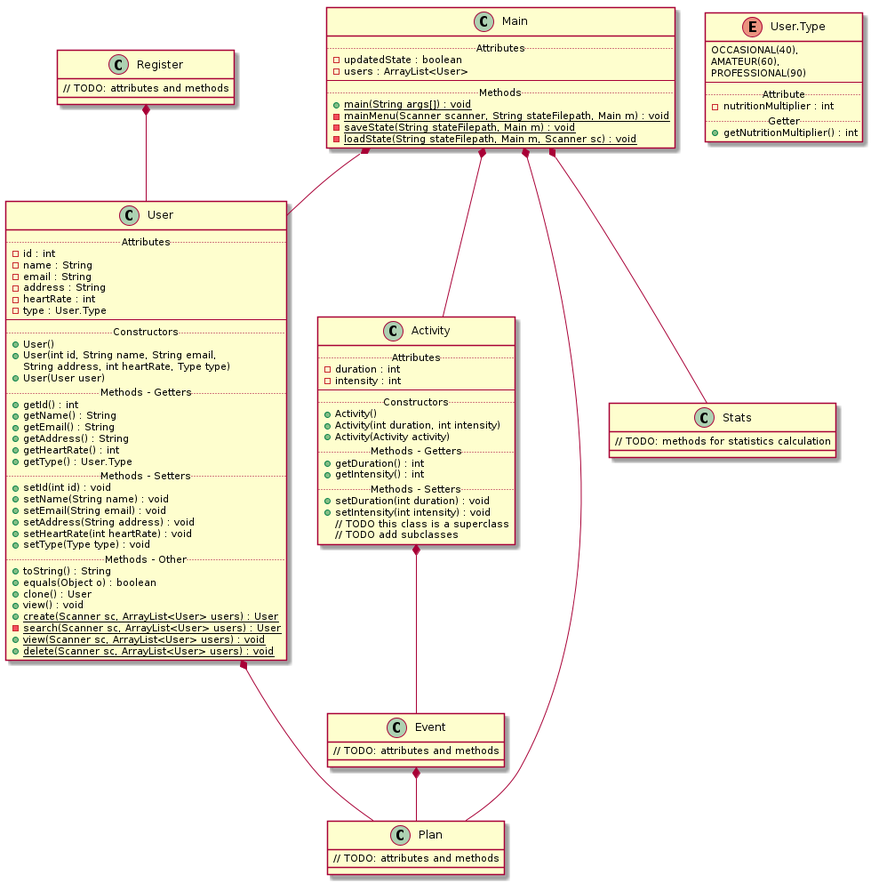
flaviaraujo/project-OOP keeps this PlantUML diagram as diagram/diagram.png. Above is the earlier version. Its source is kept beside it as diagram/diagram.puml.
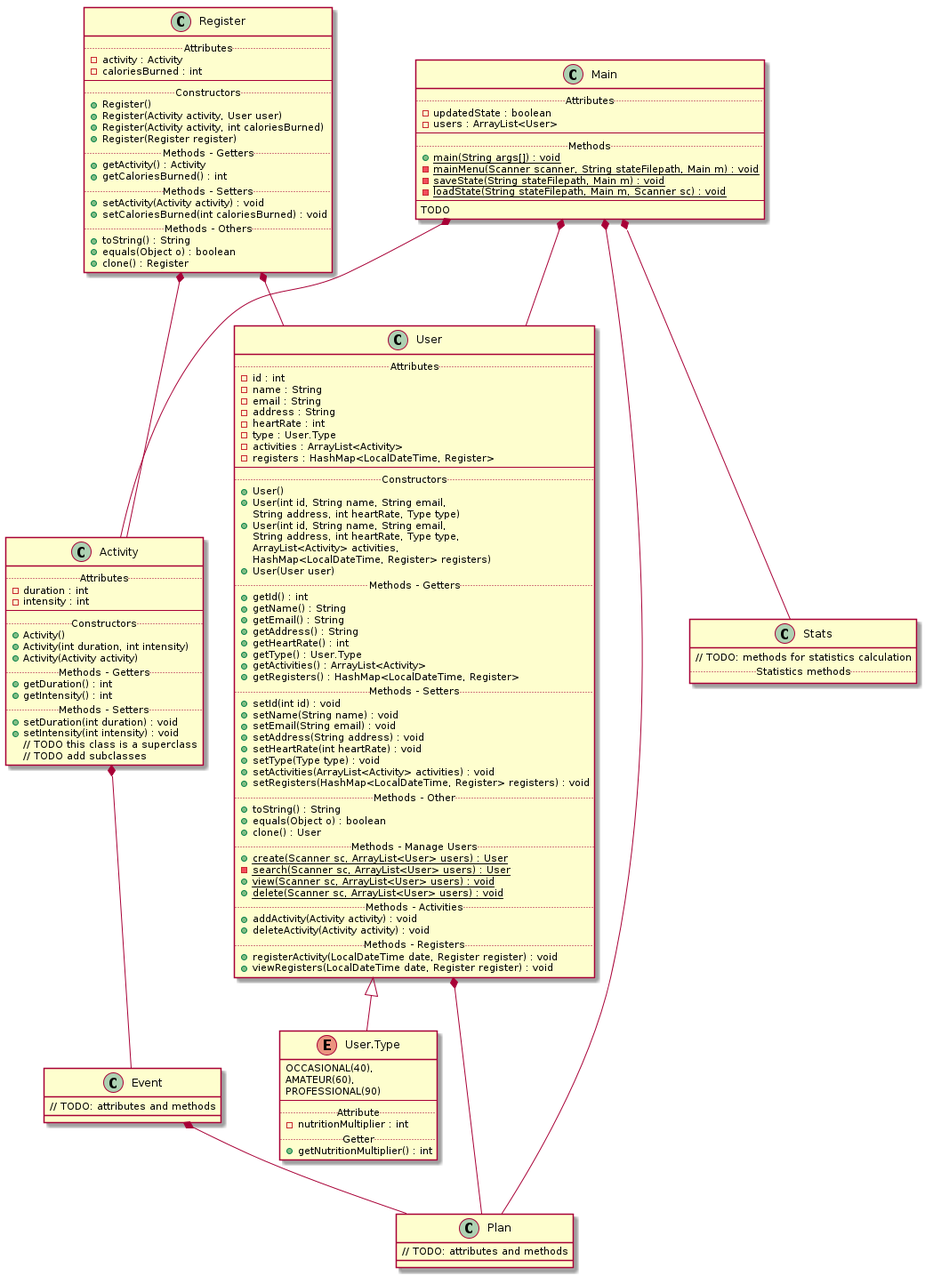
The same diagram one commit later.

The edit, as a diff of the source:
```diff
@@ -8,11 +8,17 @@
     -address : String
     -heartRate : int
     -type : User.Type
+    -activities : ArrayList<Activity>
+    -registers : HashMap<LocalDateTime, Register>
     --
     .. Constructors ..
     +User()
     +User(int id, String name, String email,
         String address, int heartRate, Type type)
+    +User(int id, String name, String email,
+        String address, int heartRate, Type type,
+        ArrayList<Activity> activities,
+        HashMap<LocalDateTime, Register> registers)
     +User(User user)
     .. Methods - Getters ..
     +getId() : int
@@ -21,6 +27,8 @@
     +getAddress() : String
     +getHeartRate() : int
     +getType() : User.Type
+    +getActivities() : ArrayList<Activity>
+    +getRegisters() : HashMap<LocalDateTime, Register>
     .. Methods - Setters ..
     +setId(int id) : void
     +setName(String name) : void
@@ -28,15 +36,23 @@
     +setAddress(String address) : void
     +setHeartRate(int heartRate) : void
     +setType(Type type) : void
+    +setActivities(ArrayList<Activity> activities) : void
+    +setRegisters(HashMap<LocalDateTime, Register> registers) : void
     .. Methods - Other ..
     +toString() : String
     +equals(Object o) : boolean
     +clone() : User
-    +view() : void
+    .. Methods - Manage Users ..
     +{static} create(Scanner sc, ArrayList<User> users) : User
     -{static} search(Scanner sc, ArrayList<User> users) : User
     +{static} view(Scanner sc, ArrayList<User> users) : void
     +{static} delete(Scanner sc, ArrayList<User> users) : void
+    .. Methods - Activities ..
+    +addActivity(Activity activity) : void
+    +deleteActivity(Activity activity) : void
+    .. Methods - Registers ..
+    +registerActivity(LocalDateTime date, Register register) : void
+    +viewRegisters(LocalDateTime date, Register register) : void
 }
 
 enum User.Type {
@@ -51,7 +67,25 @@
 }
 
 class Register {
-    // TODO: attributes and methods
+    .. Attributes ..
+    -activity : Activity
+    -caloriesBurned : int
+    --
+    .. Constructors ..
+    +Register()
+    +Register(Activity activity, User user)
+    +Register(Activity activity, int caloriesBurned)
+    +Register(Register register)
+    .. Methods - Getters ..
+    +getActivity() : Activity
+    +getCaloriesBurned() : int
+    .. Methods - Setters ..
+    +setActivity(Activity activity) : void
+    +setCaloriesBurned(int caloriesBurned) : void
+    .. Methods - Others ..
+    +toString() : String
+    +equals(Object o) : boolean
+    +clone() : Register
 }
 
 class Activity {
@@ -83,6 +117,7 @@
 
 class Stats {
     // TODO: methods for statistics calculation
+    .. Statistics methods ..
 }
 
 class Main {
@@ -95,12 +130,16 @@
     -{static} mainMenu(Scanner scanner, String stateFilepath, Main m) : void
     -{static} saveState(String stateFilepath, Main m) : void
     -{static} loadState(String stateFilepath, Main m, Scanner sc) : void
+    --
+    TODO
 }
 
 Register *-- User
+User <|-- User.Type
 User *-- Plan
 Event *-- Plan
 Activity *-- Event
+Register *-- Activity
 Main *-- User
 Main *-- Activity
 Main *-- Plan
```
